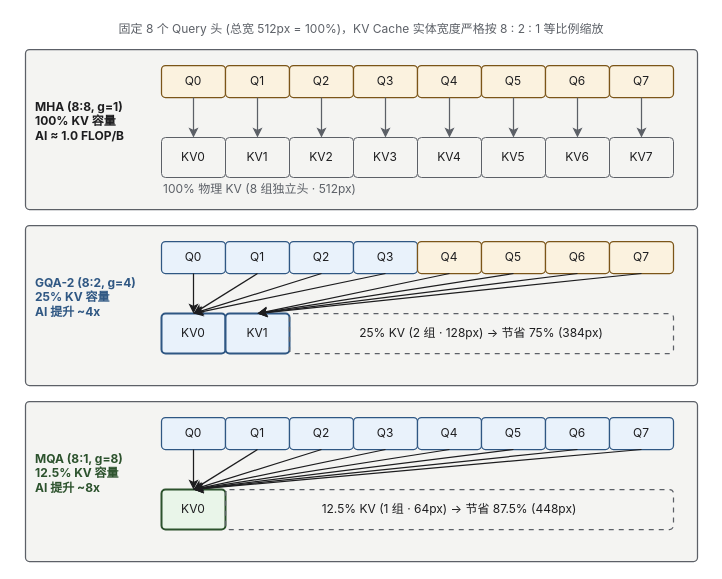
Above: src/content/posts/foundations/03-kv-cache-and-gqa/diagrams/03-mqa-gqa-arch.drawio in xingcanlee/infra-note (draw.io), before the change. Source tidied: cells renumbered, new cells numbered last; positions are measured from the earlier drawing's top-left corner, leaving out a move shared by most shapes. Both pictures are drawn from the tidied source at 100%, with x=0, y=0 at pixel (17, 17).
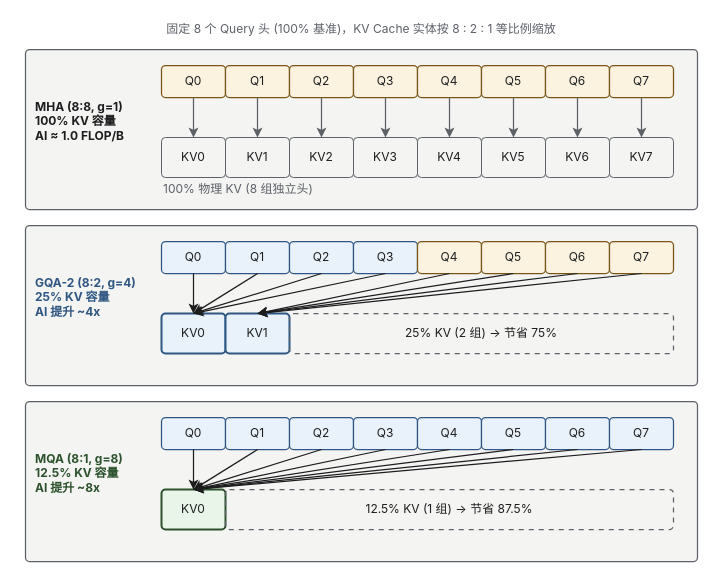
The same diagram, later.

Change to the diagram source:
```diff
@@
-    <mxCell id="2" value="固定 8 个 Query 头 (总宽 512px = 100%)，KV Cache 实体宽度严格按 8 : 2 : 1 等比例缩放" style="text;html=1;whiteSpace=wrap;align=center;verticalAlign=middle;fontFamily=Inter;fontSize=12;fontColor=#5c6067;" parent="1" vertex="1">
+    <mxCell id="2" value="固定 8 个 Query 头 (100% 基准)，KV Cache 实体按 8 : 2 : 1 等比例缩放" style="text;html=1;whiteSpace=wrap;align=center;verticalAlign=middle;fontFamily=Inter;fontSize=12;fontColor=#5c6067;" parent="1" vertex="1">
       <mxGeometry width="688" height="24" as="geometry" />
     </mxCell>
@@
-    <mxCell id="21" value="100% 物理 KV (8 组独立头 · 512px)" style="text;html=1;whiteSpace=wrap;align=left;verticalAlign=middle;fontFamily=Inter;fontSize=12;fontColor=#5c6067;" parent="1" vertex="1">
+    <mxCell id="21" value="100% 物理 KV (8 组独立头)" style="text;html=1;whiteSpace=wrap;align=left;verticalAlign=middle;fontFamily=Inter;fontSize=12;fontColor=#5c6067;" parent="1" vertex="1">
       <mxGeometry x="144" y="160" width="512" height="24" as="geometry" />
     </mxCell>
@@
-    <mxCell id="42" value="25% KV (2 组 · 128px) -&amp;gt; 节省 75% (384px)" style="rounded=1;absoluteArcSize=1;arcSize=8;whiteSpace=wrap;html=1;fillColor=none;strokeColor=#5c6067;strokeWidth=1.25;dashed=1;dashPattern=4 4;align=center;verticalAlign=middle;spacing=4;fontFamily=Inter;fontSize=12;fontColor=#1d1d1f;" parent="1" vertex="1">
+    <mxCell id="42" value="25% KV (2 组) -&amp;gt; 节省 75%" style="rounded=1;absoluteArcSize=1;arcSize=8;whiteSpace=wrap;html=1;fillColor=none;strokeColor=#5c6067;strokeWidth=1.25;dashed=1;dashPattern=4 4;align=center;verticalAlign=middle;spacing=4;fontFamily=Inter;fontSize=12;fontColor=#1d1d1f;" parent="1" vertex="1">
       <mxGeometry x="272" y="296" width="384" height="40" as="geometry" />
     </mxCell>
@@
-    <mxCell id="62" value="12.5% KV (1 组 · 64px) -&amp;gt; 节省 87.5% (448px)" style="rounded=1;absoluteArcSize=1;arcSize=8;whiteSpace=wrap;html=1;fillColor=none;strokeColor=#5c6067;strokeWidth=1.25;dashed=1;dashPattern=4 4;align=center;verticalAlign=middle;spacing=4;fontFamily=Inter;fontSize=12;fontColor=#1d1d1f;" parent="1" vertex="1">
+    <mxCell id="62" value="12.5% KV (1 组) -&amp;gt; 节省 87.5%" style="rounded=1;absoluteArcSize=1;arcSize=8;whiteSpace=wrap;html=1;fillColor=none;strokeColor=#5c6067;strokeWidth=1.25;dashed=1;dashPattern=4 4;align=center;verticalAlign=middle;spacing=4;fontFamily=Inter;fontSize=12;fontColor=#1d1d1f;" parent="1" vertex="1">
       <mxGeometry x="208" y="472" width="448" height="40" as="geometry" />
     </mxCell>
```
